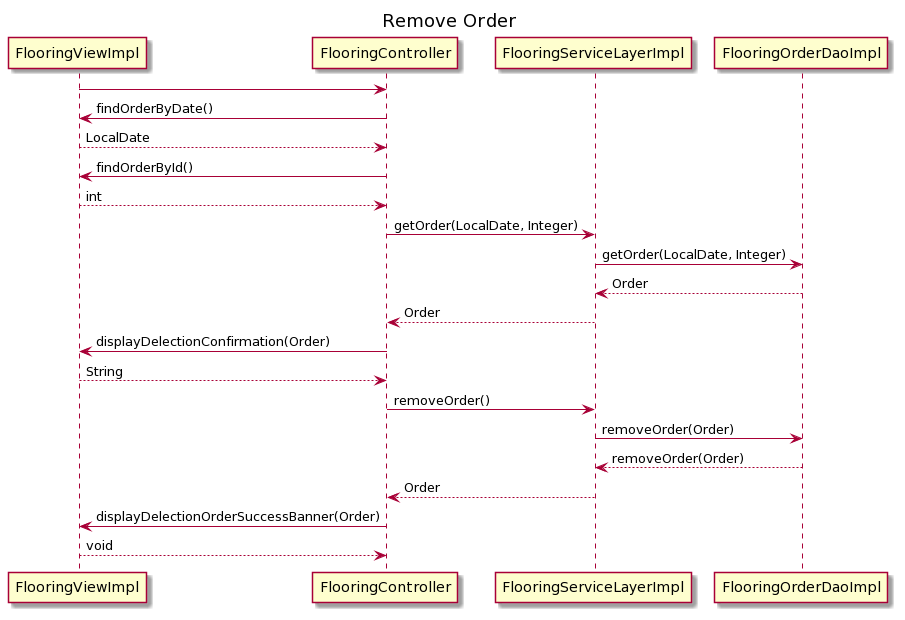
Earlier version of the PlantUML export UML/FloorPlanning/FloorPlanningSequenceDiagramRemoveOrder.png (rtdonin/JavaClasswork).
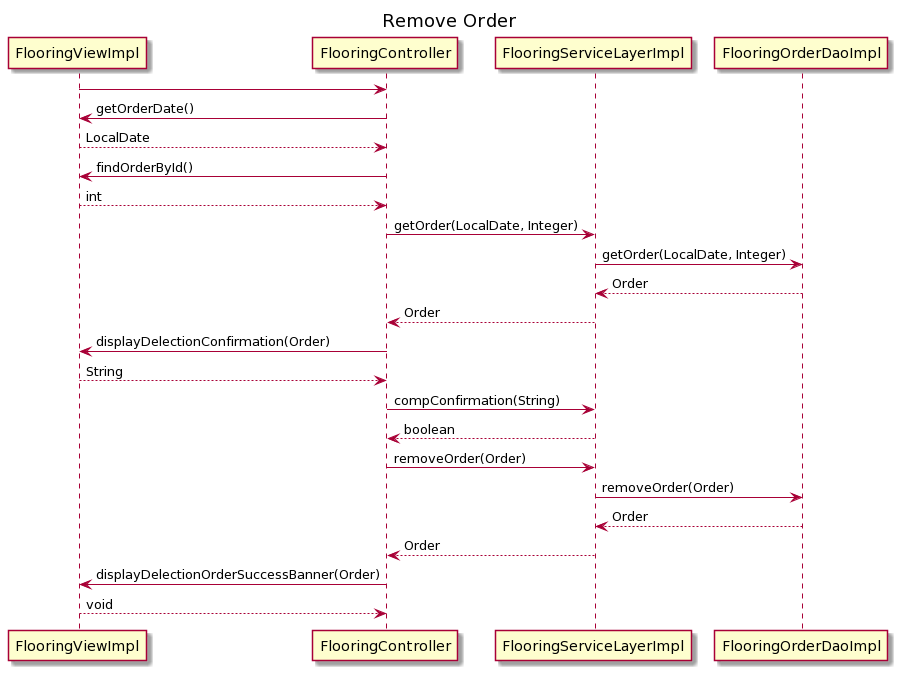
Above is the later version.

The edit, as a diff of the source:
```diff
@@ -5,7 +5,7 @@
 Title Remove Order
 
 FlooringViewImpl -> FlooringController
-FlooringController -> FlooringViewImpl : findOrderByDate()
+FlooringController -> FlooringViewImpl : getOrderDate()
 FlooringViewImpl --> FlooringController : LocalDate
 FlooringController -> FlooringViewImpl : findOrderById()
 FlooringViewImpl --> FlooringController : int
@@ -15,9 +15,11 @@
 FlooringServiceLayerImpl --> FlooringController : Order
 FlooringController -> FlooringViewImpl : displayDelectionConfirmation(Order)
 FlooringViewImpl --> FlooringController : String
-FlooringController -> FlooringServiceLayerImpl : removeOrder()
+FlooringController -> FlooringServiceLayerImpl : compConfirmation(String)
+FlooringServiceLayerImpl --> FlooringController : boolean
+FlooringController -> FlooringServiceLayerImpl : removeOrder(Order)
 FlooringServiceLayerImpl -> FlooringOrderDaoImpl : removeOrder(Order)
-FlooringOrderDaoImpl --> FlooringServiceLayerImpl : removeOrder(Order)
+FlooringOrderDaoImpl --> FlooringServiceLayerImpl : Order
 FlooringServiceLayerImpl --> FlooringController : Order
 FlooringController -> FlooringViewImpl : displayDelectionOrderSuccessBanner(Order)
 FlooringViewImpl --> FlooringController : void
```
